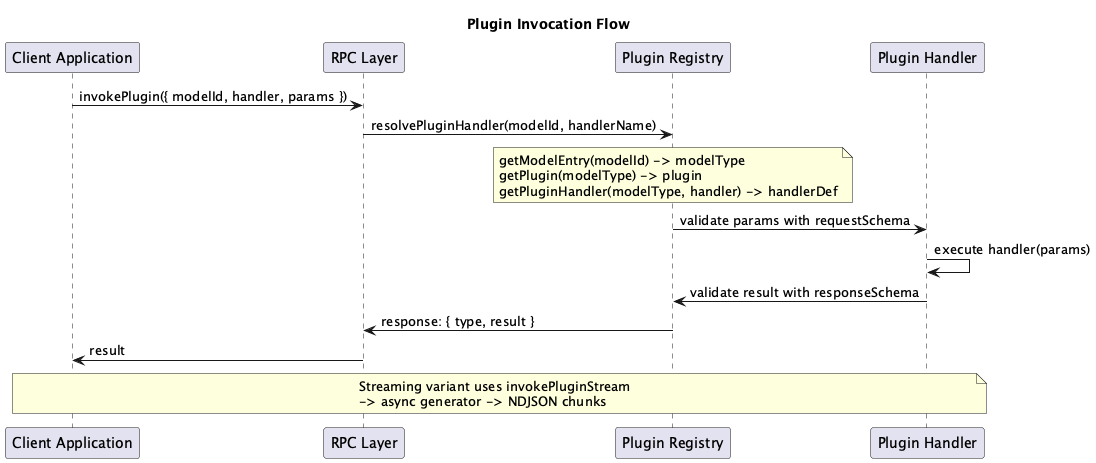
This is docs/architecture/puml/images/04-plugin-invocation-flow.png from Zbig9000/qvac, a PlantUML export, as it was before one commit.
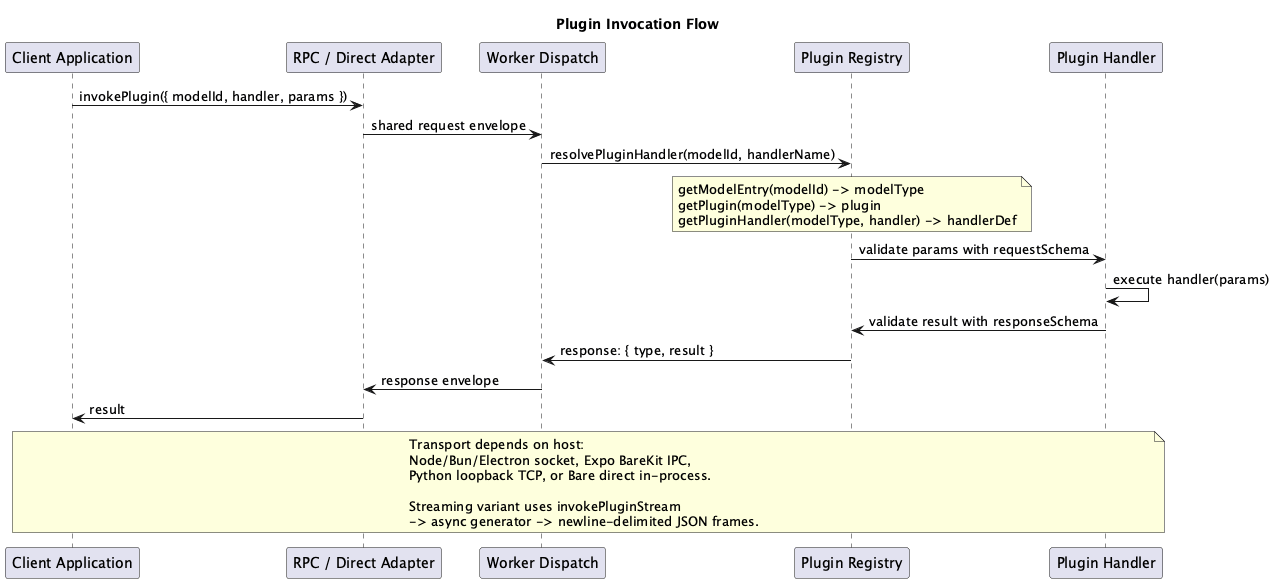
Later version of the same file.

What changed in the source:
```diff
@@ -2,12 +2,14 @@
 title Plugin Invocation Flow
 
 participant "Client Application" as Client
-participant "RPC Layer" as RPC
+participant "RPC / Direct Adapter" as RPC
+participant "Worker Dispatch" as Dispatch
 participant "Plugin Registry" as PluginReg
 participant "Plugin Handler" as Handler
 
 Client -> RPC : invokePlugin({ modelId, handler, params })
-RPC -> PluginReg : resolvePluginHandler(modelId, handlerName)
+RPC -> Dispatch : shared request envelope
+Dispatch -> PluginReg : resolvePluginHandler(modelId, handlerName)
 
 note over PluginReg
   getModelEntry(modelId) -> modelType
@@ -18,12 +20,17 @@
 PluginReg -> Handler : validate params with requestSchema
 Handler -> Handler : execute handler(params)
 Handler -> PluginReg : validate result with responseSchema
-PluginReg -> RPC : response: { type, result }
+PluginReg -> Dispatch : response: { type, result }
+Dispatch -> RPC : response envelope
 RPC -> Client : result
 
 note over Client, Handler
+  Transport depends on host:
+  Node/Bun/Electron socket, Expo BareKit IPC,
+  Python loopback TCP, or Bare direct in-process.
+
   Streaming variant uses invokePluginStream
-  -> async generator -> NDJSON chunks
+  -> async generator -> newline-delimited JSON frames.
 end note
 
 @enduml
```
